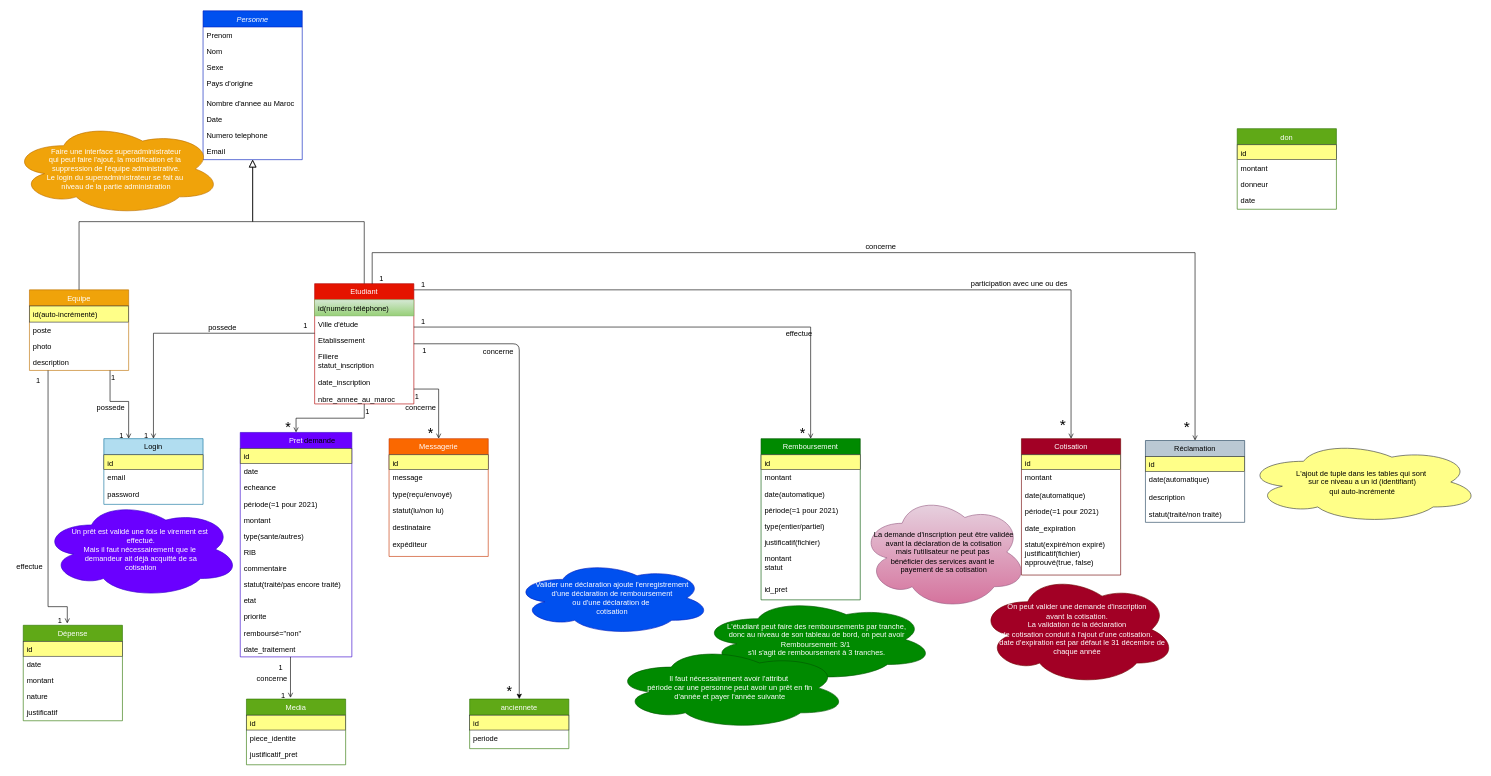
Earlier version of the draw.io diagram page "Page-1" (1 of 2) of Diagramme de classes.drawio (ambou-97/Sutura). Source tidied: cells renumbered, new cells numbered last; positions are measured from the earlier drawing's top-left corner, leaving out a move shared by most shapes. Both pictures are drawn from the tidied source at 62%, with x=0, y=0 at pixel (11, 11).
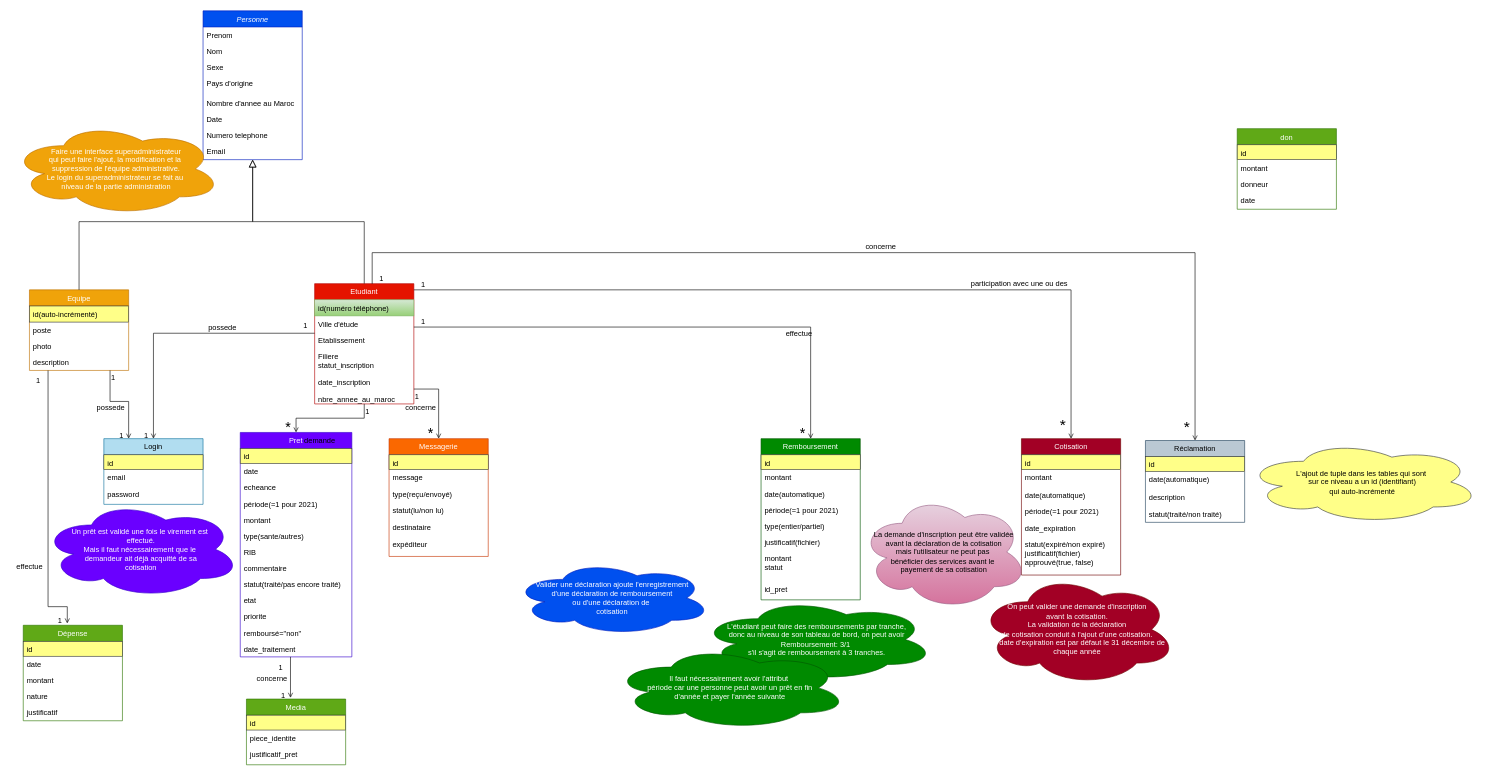
Above is the later version.

Unchanged cells that the change refers to:
```xml
<mxCell id="11" value="Etudiant" style="swimlane;fontStyle=0;align=center;verticalAlign=top;horizontal=1;startSize=26;rounded=0;shadow=0;strokeWidth=1;fillColor=#e51400;strokeColor=#B20000;fontColor=#ffffff;" parent="1" vertex="1">
  <mxGeometry x="490" y="440" width="160" height="194" as="geometry" />
</mxCell>
```

Diff of the diagram source:
```diff
@@
-    <mxCell id="128" value="anciennete" style="swimlane;fontStyle=0;align=center;verticalAlign=top;horizontal=1;startSize=26;rounded=0;shadow=0;strokeWidth=1;fillColor=#60a917;strokeColor=#2D7600;fontColor=#ffffff;" parent="1" vertex="1">
-      <mxGeometry x="740" y="1110" width="160" height="80" as="geometry" />
-    </mxCell>
-    <mxCell id="129" value="id" style="text;align=left;verticalAlign=top;spacingLeft=4;spacingRight=4;overflow=hidden;fillColor=#ffff88;strokeColor=#36393d;" parent="128" vertex="1">
-      <mxGeometry y="26" width="160" height="24" as="geometry" />
-    </mxCell>
-    <mxCell id="130" value="periode" style="text;align=left;verticalAlign=top;spacingLeft=4;spacingRight=4;overflow=hidden;rounded=0;shadow=0;html=0;" parent="128" vertex="1">
-      <mxGeometry y="50" width="160" height="26" as="geometry" />
-    </mxCell>
-    <mxCell id="131" style="endArrow=classic;html=1;entryX=0.5;entryY=0;entryDx=0;entryDy=0;" parent="1" edge="1" source="11" target="128">
-      <mxGeometry relative="1" as="geometry">
-        <Array as="points">
-          <mxPoint x="820" y="537" />
-        </Array>
-      </mxGeometry>
-    </mxCell>
-    <mxCell id="132" value="1" style="align=left;verticalAlign=bottom;labelBackgroundColor=none;fontSize=12;" parent="1" vertex="1">
-      <mxGeometry x="670" y="520" as="geometry">
-        <mxPoint x="-8" y="36" as="offset" />
-      </mxGeometry>
-    </mxCell>
-    <mxCell id="133" value="*" style="align=right;verticalAlign=bottom;labelBackgroundColor=none;fontSize=23;" parent="1" vertex="1">
-      <mxGeometry x="810" y="1110" as="geometry" />
-    </mxCell>
-    <mxCell id="134" value="concerne" style="text;html=1;align=center;verticalAlign=middle;labelBackgroundColor=none;rounded=0;shadow=0;strokeWidth=1;fontSize=12;" parent="1" vertex="1">
-      <mxGeometry x="660" y="640" as="geometry">
-        <mxPoint x="125" y="-91" as="offset" />
-      </mxGeometry>
-    </mxCell>
```
